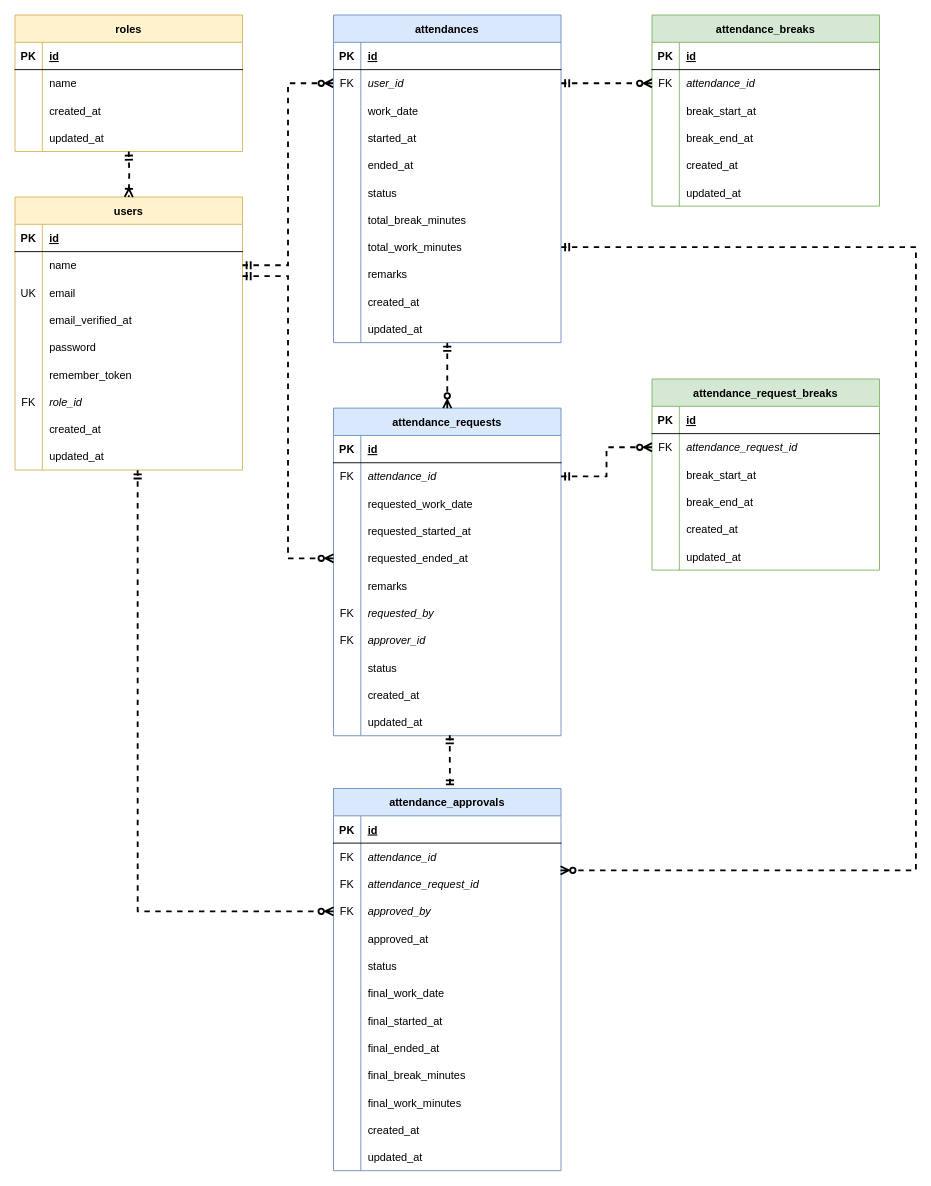
This is database_er_diagram.drawio from nyomya7952-boop/attendance-system, a draw.io file, before an edit. Source tidied: cells renumbered, new cells numbered last; positions are measured from the earlier drawing's top-left corner, leaving out a move shared by most shapes. Both pictures are drawn from the tidied source at 91%, with x=0, y=0 at pixel (15, 15).
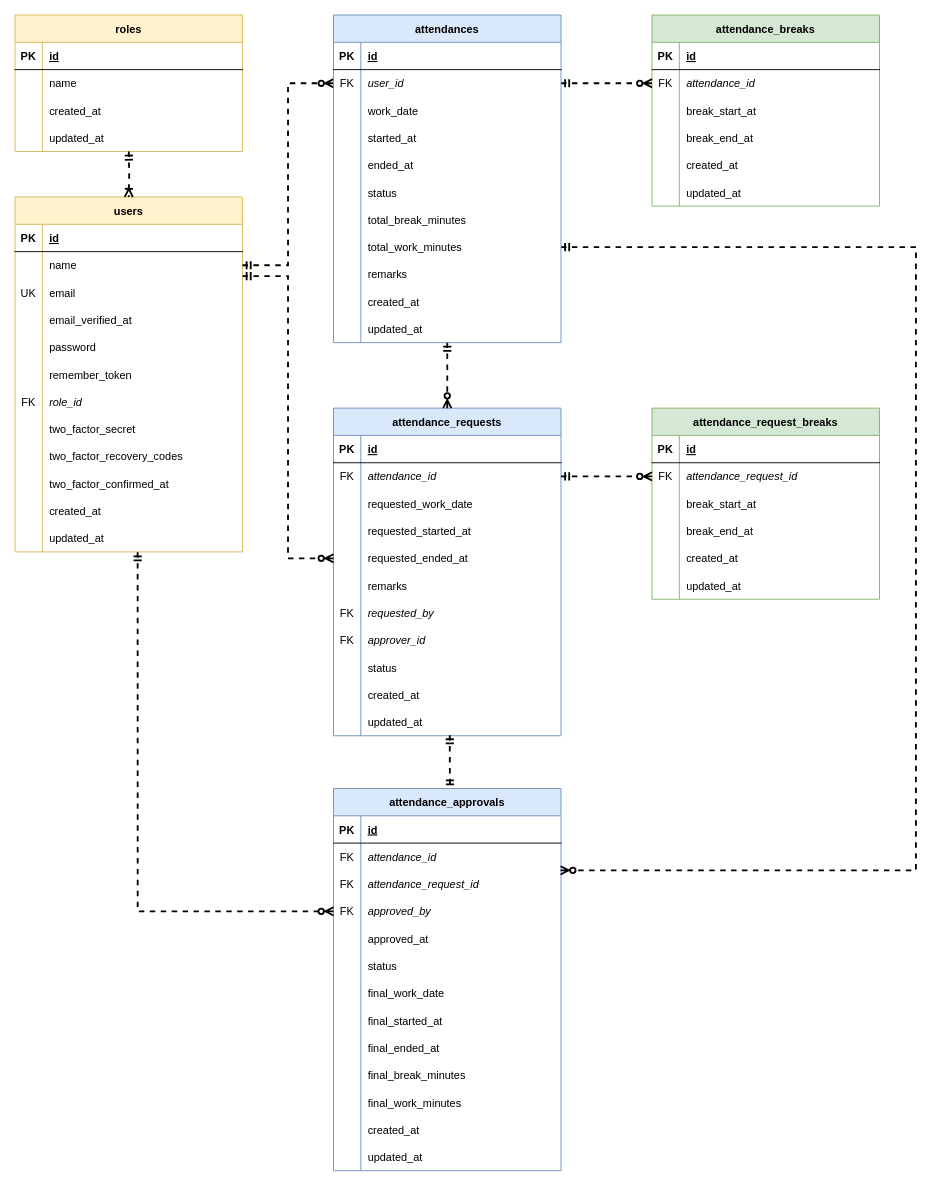
After the change.

What changed in the source:
```diff
@@
     <mxCell id="15" value="users" style="shape=table;startSize=30;childLayout=tableLayout;rowLines=0;fontStyle=1;align=center;fillColor=#fff2cc;strokeColor=#d6b656;" parent="1" vertex="1">
-      <mxGeometry y="200" width="250" height="300" as="geometry" />
+      <mxGeometry y="200" width="250" height="390" as="geometry" />
     </mxCell>
@@
+    <mxCell id="198" style="shape=tableRow;horizontal=0;startSize=0;swimlaneHead=0;swimlaneBody=0;fillColor=none;top=0;left=0;right=0;bottom=0;" parent="15" vertex="1">
+      <mxGeometry y="240" width="250" height="30" as="geometry" />
+    </mxCell>
+    <mxCell id="199" style="shape=partialRectangle;fillColor=none;top=0;left=0;bottom=0;right=0;overflow=hidden;" parent="198" vertex="1">
+      <mxGeometry width="30" height="30" as="geometry" />
+    </mxCell>
+    <mxCell id="200" value="two_factor_secret" style="shape=partialRectangle;fillColor=none;top=0;left=0;bottom=0;right=0;align=left;spacingLeft=6;overflow=hidden;" parent="198" vertex="1">
+      <mxGeometry x="30" width="220" height="30" as="geometry" />
+    </mxCell>
+    <mxCell id="201" style="shape=tableRow;horizontal=0;startSize=0;swimlaneHead=0;swimlaneBody=0;fillColor=none;top=0;left=0;right=0;bottom=0;" parent="15" vertex="1">
+      <mxGeometry y="270" width="250" height="30" as="geometry" />
+    </mxCell>
+    <mxCell id="202" style="shape=partialRectangle;fillColor=none;top=0;left=0;bottom=0;right=0;overflow=hidden;" parent="201" vertex="1">
+      <mxGeometry width="30" height="30" as="geometry" />
+    </mxCell>
+    <mxCell id="203" value="two_factor_recovery_codes" style="shape=partialRectangle;fillColor=none;top=0;left=0;bottom=0;right=0;align=left;spacingLeft=6;overflow=hidden;" parent="201" vertex="1">
+      <mxGeometry x="30" width="220" height="30" as="geometry" />
+    </mxCell>
+    <mxCell id="204" style="shape=tableRow;horizontal=0;startSize=0;swimlaneHead=0;swimlaneBody=0;fillColor=none;top=0;left=0;right=0;bottom=0;" parent="15" vertex="1">
+      <mxGeometry y="300" width="250" height="30" as="geometry" />
+    </mxCell>
+    <mxCell id="205" style="shape=partialRectangle;fillColor=none;top=0;left=0;bottom=0;right=0;overflow=hidden;" parent="204" vertex="1">
+      <mxGeometry width="30" height="30" as="geometry" />
+    </mxCell>
+    <mxCell id="206" value="two_factor_confirmed_at" style="shape=partialRectangle;fillColor=none;top=0;left=0;bottom=0;right=0;align=left;spacingLeft=6;overflow=hidden;" parent="204" vertex="1">
+      <mxGeometry x="30" width="220" height="30" as="geometry" />
+    </mxCell>
     <mxCell id="37" style="shape=tableRow;horizontal=0;startSize=0;swimlaneHead=0;swimlaneBody=0;fillColor=none;top=0;left=0;right=0;bottom=0;" parent="15" vertex="1">
-      <mxGeometry y="240" width="250" height="30" as="geometry" />
+      <mxGeometry y="330" width="250" height="30" as="geometry" />
     </mxCell>
@@
     <mxCell id="40" style="shape=tableRow;horizontal=0;startSize=0;swimlaneHead=0;swimlaneBody=0;fillColor=none;points=[[0,0.5],[1,0.5]];portConstraint=eastwest;top=0;left=0;right=0;bottom=0;" parent="15" vertex="1">
-      <mxGeometry y="270" width="250" height="30" as="geometry" />
+      <mxGeometry y="360" width="250" height="30" as="geometry" />
     </mxCell>
@@
     <mxCell id="96" value="attendance_request_breaks" style="shape=table;startSize=30;childLayout=tableLayout;rowLines=0;fontStyle=1;align=center;fillColor=#d5e8d4;strokeColor=#82b366;" parent="1" vertex="1">
-      <mxGeometry x="700" y="400" width="250" height="210" as="geometry" />
+      <mxGeometry x="700" y="432" width="250" height="210" as="geometry" />
     </mxCell>
```
